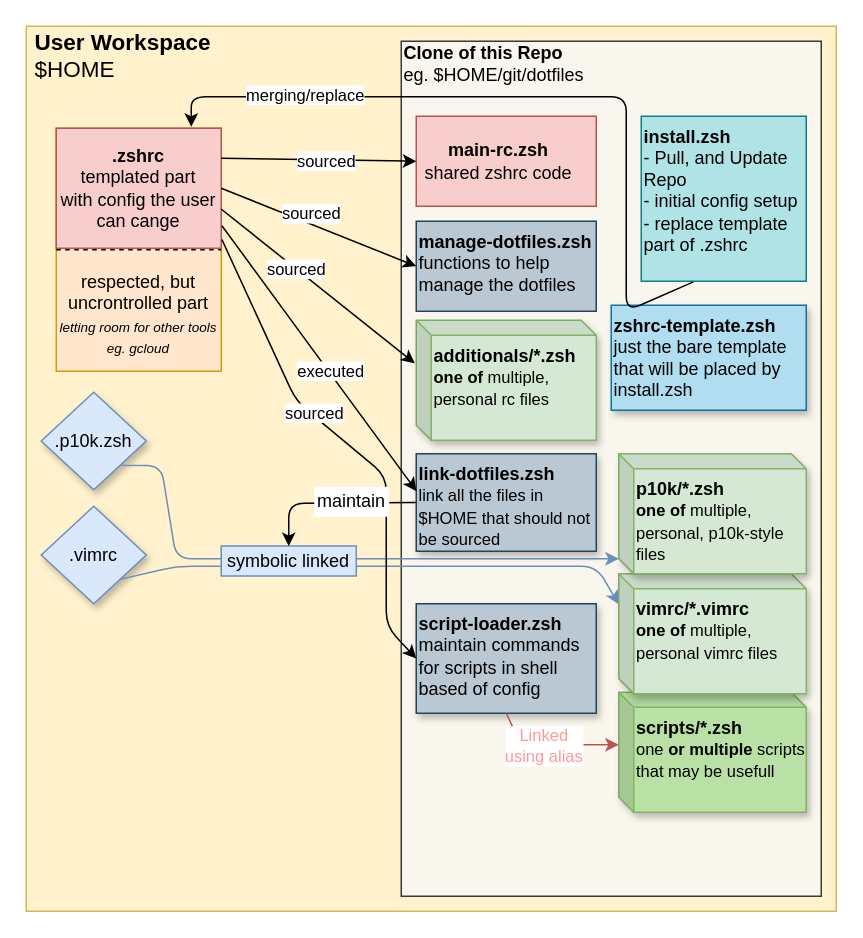
Above: docs/dotfiles-diagram.drawio in fuog/team-dotfiles (draw.io), before the change. Source tidied: cells renumbered, new cells numbered last; positions are measured from the earlier drawing's top-left corner, leaving out a move shared by most shapes. Both pictures are drawn from the tidied source at 150%, with x=0, y=0 at pixel (26, 26).
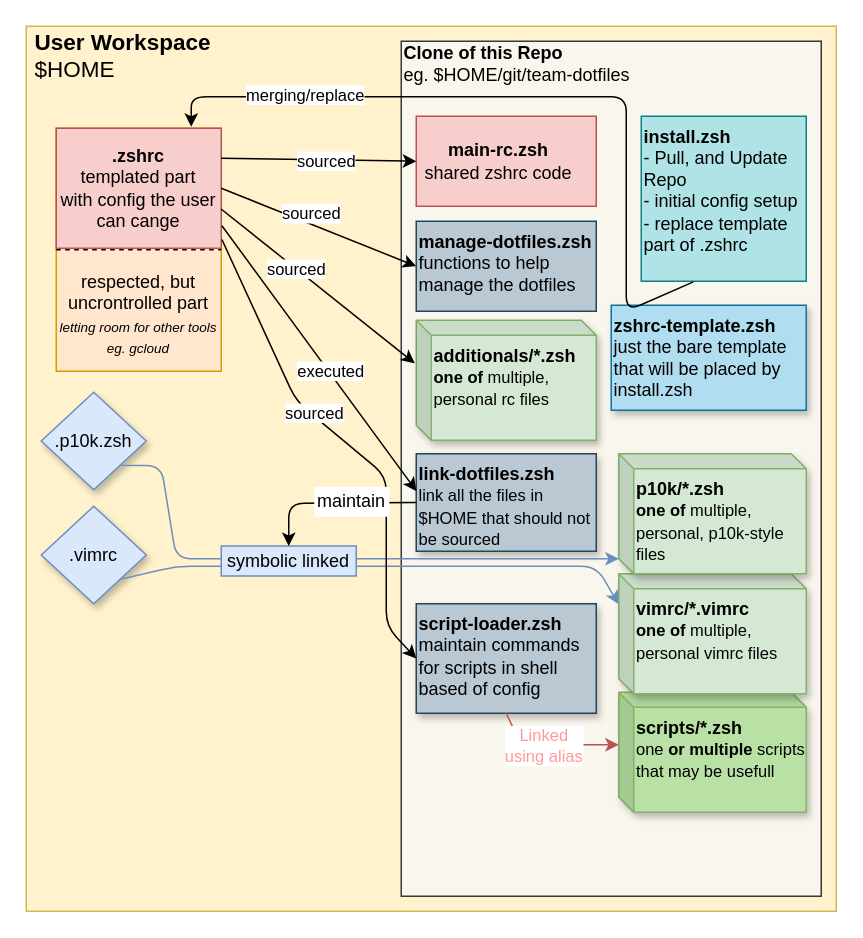
After the change.

What changed in the source:
```diff
@@
-    <mxCell id="5" value="Clone of this Repo&lt;br&gt;&lt;span style=&quot;font-weight: normal&quot;&gt;eg. $HOME/git/dotfiles&lt;/span&gt;" style="text;html=1;strokeColor=none;fillColor=none;align=left;verticalAlign=middle;whiteSpace=wrap;rounded=0;fontStyle=1;" parent="1" vertex="1">
+    <mxCell id="5" value="Clone of this Repo&lt;br&gt;&lt;span style=&quot;font-weight: normal&quot;&gt;eg. $HOME/git/team-dotfiles&lt;/span&gt;" style="text;html=1;strokeColor=none;fillColor=none;align=left;verticalAlign=middle;whiteSpace=wrap;rounded=0;fontStyle=1;" parent="1" vertex="1">
       <mxGeometry x="250" y="10" width="160" height="30" as="geometry" />
     </mxCell>
```
